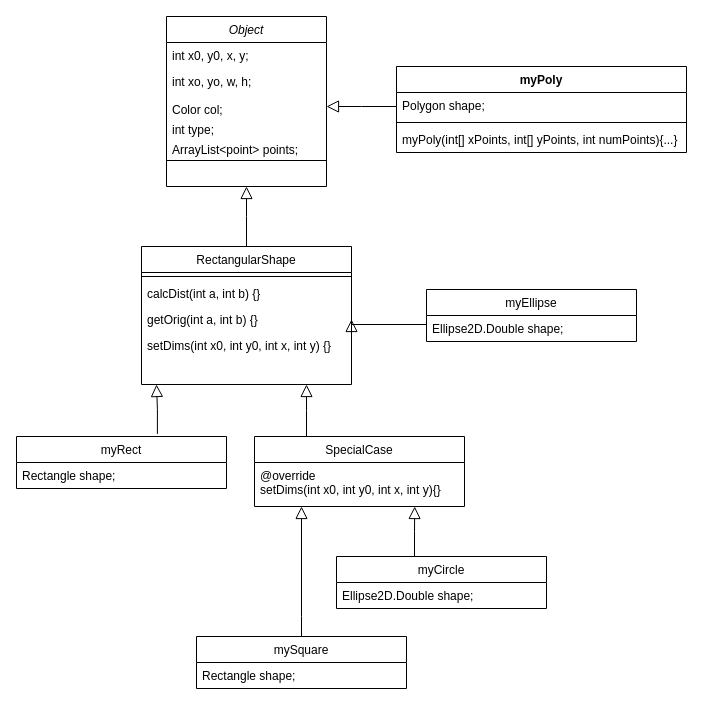
cchandel-dev/SketchPad keeps this draw.io diagram as ClassDiagram_RectangularShapes.drawio. Above is the earlier version. Source tidied: cells renumbered, new cells numbered last; positions are measured from the earlier drawing's top-left corner, leaving out a move shared by most shapes. Both pictures are drawn from the tidied source at 100%, with x=0, y=0 at pixel (16, 16).
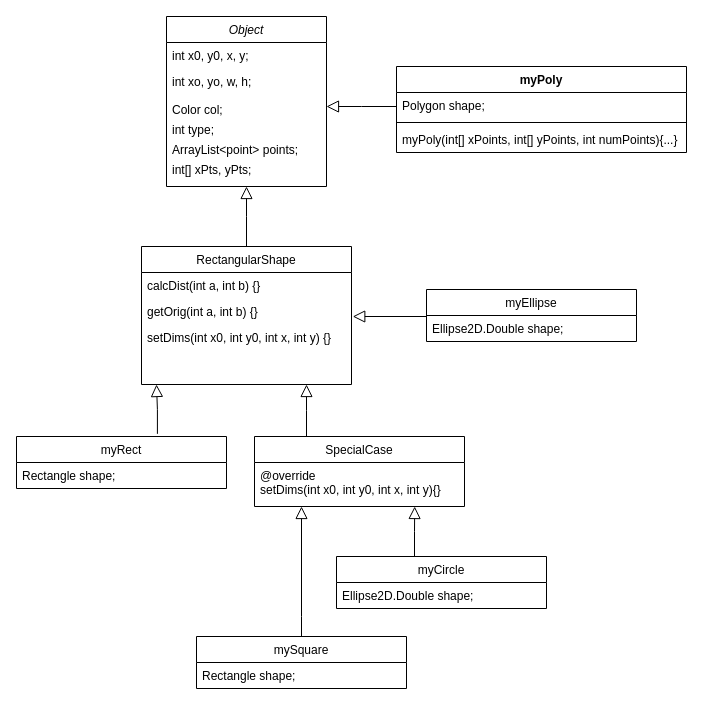
The same page after the edit.

The change refers to these unchanged cells:
```xml
<mxCell id="2" value="Object" style="swimlane;fontStyle=2;align=center;verticalAlign=top;horizontal=1;startSize=26;rounded=0;shadow=0;strokeWidth=1;" parent="1" vertex="1">
  <mxGeometry x="150" width="160" height="170" as="geometry" />
</mxCell>
<mxCell id="9" value="RectangularShape" style="swimlane;fontStyle=0;align=center;verticalAlign=top;horizontal=1;startSize=26;rounded=0;shadow=0;strokeWidth=1;" parent="1" vertex="1">
  <mxGeometry x="125" y="230" width="210" height="138" as="geometry" />
</mxCell>
<mxCell id="18" value="Ellipse2D.Double shape;" style="text;align=left;verticalAlign=top;spacingLeft=4;spacingRight=4;overflow=hidden;points=[[0,0.5],[1,0.5]];portConstraint=eastwest;" parent="17" vertex="1">
  <mxGeometry y="26" width="210" height="26" as="geometry" />
</mxCell>
```

Change to the diagram source:
```diff
@@
-    <mxCell id="8" style="line;html=1;strokeWidth=1;align=left;verticalAlign=middle;spacingTop=-1;spacingLeft=3;spacingRight=3;labelPosition=right;" parent="2" vertex="1">
-      <mxGeometry y="140" width="160" height="8" as="geometry" />
-    </mxCell>
+    <mxCell id="35" value="int[] xPts, yPts;" style="text;align=left;verticalAlign=top;spacingLeft=4;spacingRight=4;overflow=hidden;rounded=0;shadow=0;html=0;" parent="2" vertex="1">
+      <mxGeometry y="140" width="160" height="20" as="geometry" />
+    </mxCell>
@@
-    <mxCell id="10" style="line;html=1;strokeWidth=1;align=left;verticalAlign=middle;spacingTop=-1;spacingLeft=3;spacingRight=3;labelPosition=right;" parent="9" vertex="1">
-      <mxGeometry y="26" width="210" height="8" as="geometry" />
-    </mxCell>
     <mxCell id="11" value="calcDist(int a, int b) {}" style="text;align=left;verticalAlign=top;spacingLeft=4;spacingRight=4;overflow=hidden;fontStyle=0;" parent="9" vertex="1">
-      <mxGeometry y="34" width="210" height="26" as="geometry" />
+      <mxGeometry y="26" width="210" height="26" as="geometry" />
     </mxCell>
     <mxCell id="12" value="getOrig(int a, int b) {}" style="text;align=left;verticalAlign=top;spacingLeft=4;spacingRight=4;overflow=hidden;points=[[0,0.5],[1,0.5]];portConstraint=eastwest;" parent="9" vertex="1">
-      <mxGeometry y="60" width="210" height="26" as="geometry" />
+      <mxGeometry y="52" width="210" height="26" as="geometry" />
     </mxCell>
     <mxCell id="13" value="setDims(int x0, int y0, int x, int y) {}&#10;" style="text;align=left;verticalAlign=top;spacingLeft=4;spacingRight=4;overflow=hidden;" parent="9" vertex="1">
-      <mxGeometry y="86" width="210" height="26" as="geometry" />
+      <mxGeometry y="78" width="210" height="26" as="geometry" />
     </mxCell>
@@
-    <mxCell id="25" style="endArrow=block;endSize=10;endFill=0;shadow=0;strokeWidth=1;rounded=0;edgeStyle=elbowEdgeStyle;elbow=vertical;exitX=0;exitY=0.5;exitDx=0;exitDy=0;entryX=1;entryY=0.5;entryDx=0;entryDy=0;" parent="1" edge="1" source="18" target="12">
-      <mxGeometry relative="1" as="geometry" />
-    </mxCell>
@@
+    <mxCell id="36" style="endArrow=block;endSize=10;endFill=0;shadow=0;strokeWidth=1;rounded=0;edgeStyle=elbowEdgeStyle;elbow=vertical;entryX=1.006;entryY=0.701;entryDx=0;entryDy=0;entryPerimeter=0;" parent="1" edge="1" target="12">
+      <mxGeometry relative="1" as="geometry">
+        <mxPoint x="410" y="298.8" as="sourcePoint" />
+      </mxGeometry>
+    </mxCell>
```
